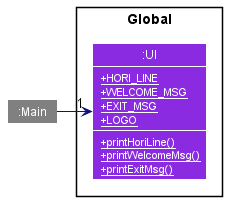
Earlier version of the PlantUML export docs/images/UIClass.png (nus-cs2113-AY2122S2/tp).
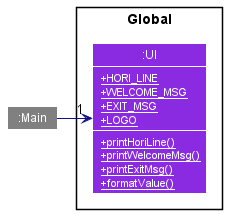
The same diagram one commit later.

Diff of the diagram source:
```diff
@@ -12,6 +12,7 @@
 <color: white> <u>+printHoriLine()
 <color: white> <u>+printWelcomeMsg()
 <color: white> <u>+printExitMsg()
+<color: white> <u>+formatValue()
 }
 }
 
```
